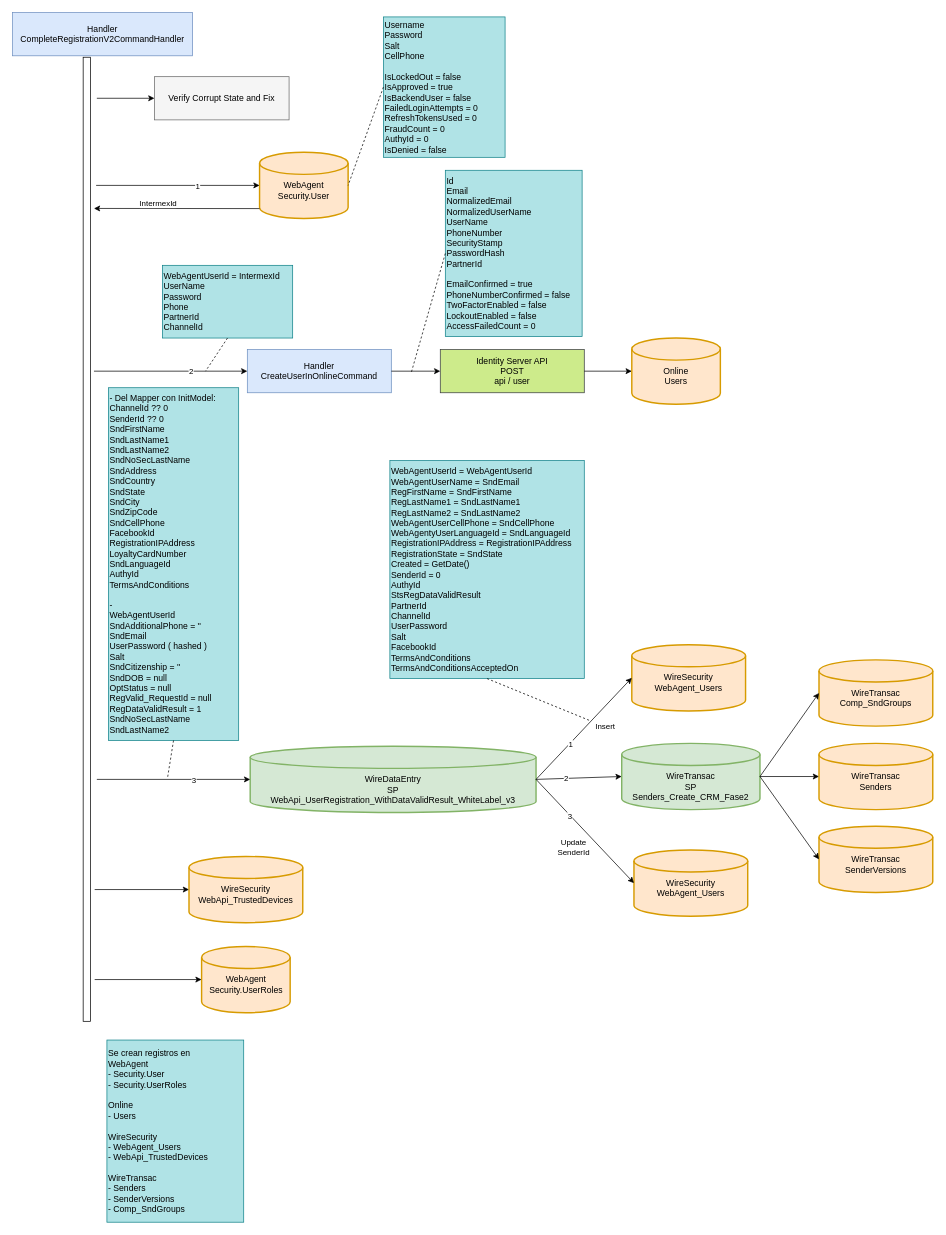
This is user-api-post-api-registration.drawio from notariopablomarcelo/intermex, a draw.io file, before an edit. Source tidied: cells renumbered, new cells numbered last; positions are measured from the earlier drawing's top-left corner, leaving out a move shared by most shapes. Both pictures are drawn from the tidied source at 72%, with x=0, y=0 at pixel (12, 12).
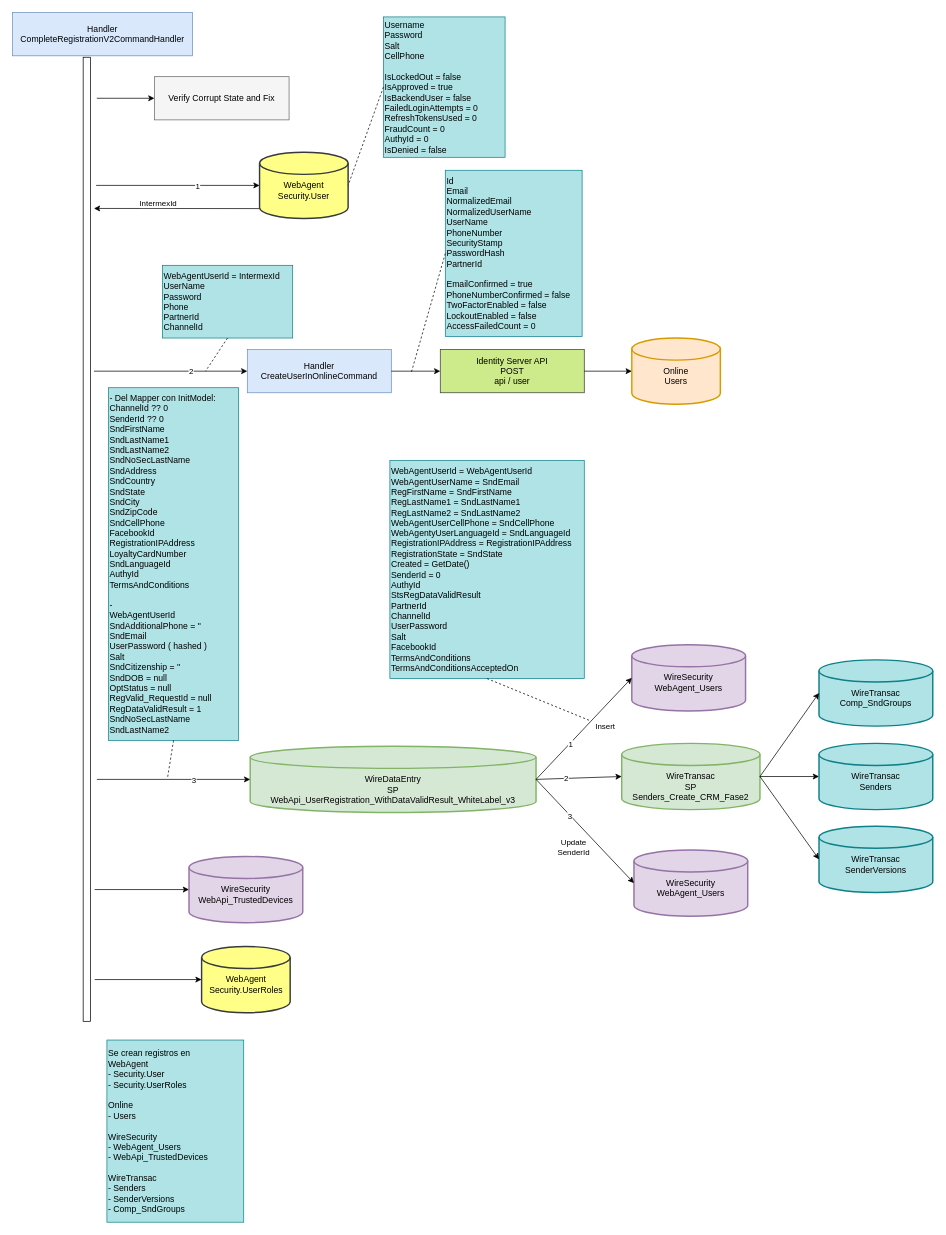
Above is the later version.

The edit, as a diff of the source:
```diff
@@
-    <mxCell id="3" value="&lt;br&gt;WebAgent&lt;br&gt;Security.User" style="strokeWidth=2;html=1;shape=mxgraph.flowchart.database;whiteSpace=wrap;fillColor=#ffe6cc;strokeColor=#d79b00;" parent="1" vertex="1">
+    <mxCell id="3" value="&lt;br&gt;WebAgent&lt;br&gt;Security.User" style="strokeWidth=2;html=1;shape=mxgraph.flowchart.database;whiteSpace=wrap;fillColor=#ffff88;strokeColor=#36393d;" parent="1" vertex="1">
       <mxGeometry x="343" y="194" width="123" height="92" as="geometry" />
     </mxCell>
@@
-    <mxCell id="8" value="&lt;br&gt;WireSecurity&lt;br&gt;WebApi_TrustedDevices" style="strokeWidth=2;html=1;shape=mxgraph.flowchart.database;whiteSpace=wrap;fillColor=#ffe6cc;strokeColor=#d79b00;" parent="1" vertex="1">
+    <mxCell id="8" value="&lt;br&gt;WireSecurity&lt;br&gt;WebApi_TrustedDevices" style="strokeWidth=2;html=1;shape=mxgraph.flowchart.database;whiteSpace=wrap;fillColor=#e1d5e7;strokeColor=#9673a6;" parent="1" vertex="1">
       <mxGeometry x="245" y="1172" width="158" height="92" as="geometry" />
     </mxCell>
-    <mxCell id="9" value="&lt;br&gt;WebAgent&lt;br&gt;Security.UserRoles" style="strokeWidth=2;html=1;shape=mxgraph.flowchart.database;whiteSpace=wrap;fillColor=#ffe6cc;strokeColor=#d79b00;" parent="1" vertex="1">
+    <mxCell id="9" value="&lt;br&gt;WebAgent&lt;br&gt;Security.UserRoles" style="strokeWidth=2;html=1;shape=mxgraph.flowchart.database;whiteSpace=wrap;fillColor=#ffff88;strokeColor=#36393d;" parent="1" vertex="1">
       <mxGeometry x="262.5" y="1297" width="123" height="92" as="geometry" />
     </mxCell>
@@
-    <mxCell id="29" value="&lt;br&gt;WireSecurity&lt;br&gt;WebAgent_Users" style="strokeWidth=2;html=1;shape=mxgraph.flowchart.database;whiteSpace=wrap;fillColor=#ffe6cc;strokeColor=#d79b00;" parent="1" vertex="1">
+    <mxCell id="29" value="&lt;br&gt;WireSecurity&lt;br&gt;WebAgent_Users" style="strokeWidth=2;html=1;shape=mxgraph.flowchart.database;whiteSpace=wrap;fillColor=#e1d5e7;strokeColor=#9673a6;" parent="1" vertex="1">
       <mxGeometry x="860" y="878" width="158" height="92" as="geometry" />
     </mxCell>
@@
-    <mxCell id="36" value="&lt;br&gt;WireTransac&lt;br&gt;Comp_SndGroups" style="strokeWidth=2;html=1;shape=mxgraph.flowchart.database;whiteSpace=wrap;fillColor=#ffe6cc;strokeColor=#d79b00;" parent="1" vertex="1">
+    <mxCell id="36" value="&lt;br&gt;WireTransac&lt;br&gt;Comp_SndGroups" style="strokeWidth=2;html=1;shape=mxgraph.flowchart.database;whiteSpace=wrap;fillColor=#b0e3e6;strokeColor=#0e8088;" parent="1" vertex="1">
       <mxGeometry x="1120" y="899" width="158" height="92" as="geometry" />
     </mxCell>
@@
-    <mxCell id="38" value="&lt;br&gt;WireTransac&lt;br&gt;Senders" style="strokeWidth=2;html=1;shape=mxgraph.flowchart.database;whiteSpace=wrap;fillColor=#ffe6cc;strokeColor=#d79b00;" parent="1" vertex="1">
+    <mxCell id="38" value="&lt;br&gt;WireTransac&lt;br&gt;Senders" style="strokeWidth=2;html=1;shape=mxgraph.flowchart.database;whiteSpace=wrap;fillColor=#b0e3e6;strokeColor=#0e8088;" parent="1" vertex="1">
       <mxGeometry x="1120" y="1015" width="158" height="92" as="geometry" />
     </mxCell>
@@
-    <mxCell id="40" value="&lt;br&gt;WireTransac&lt;br&gt;SenderVersions" style="strokeWidth=2;html=1;shape=mxgraph.flowchart.database;whiteSpace=wrap;fillColor=#ffe6cc;strokeColor=#d79b00;" parent="1" vertex="1">
+    <mxCell id="40" value="&lt;br&gt;WireTransac&lt;br&gt;SenderVersions" style="strokeWidth=2;html=1;shape=mxgraph.flowchart.database;whiteSpace=wrap;fillColor=#b0e3e6;strokeColor=#0e8088;" parent="1" vertex="1">
       <mxGeometry x="1120" y="1130" width="158" height="92" as="geometry" />
     </mxCell>
@@
-    <mxCell id="44" value="&lt;br&gt;WireSecurity&lt;br&gt;WebAgent_Users" style="strokeWidth=2;html=1;shape=mxgraph.flowchart.database;whiteSpace=wrap;fillColor=#ffe6cc;strokeColor=#d79b00;" parent="1" vertex="1">
+    <mxCell id="44" value="&lt;br&gt;WireSecurity&lt;br&gt;WebAgent_Users" style="strokeWidth=2;html=1;shape=mxgraph.flowchart.database;whiteSpace=wrap;fillColor=#e1d5e7;strokeColor=#9673a6;" parent="1" vertex="1">
       <mxGeometry x="863" y="1163" width="158" height="92" as="geometry" />
     </mxCell>
```
